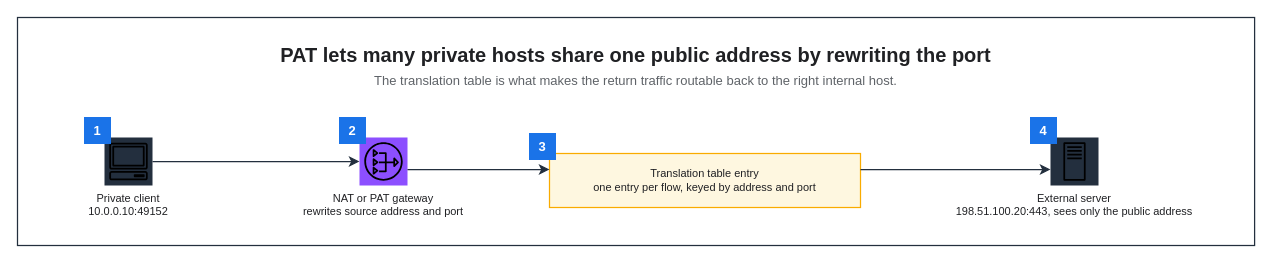
Above: assets/img/network/nat-pat-translation-flow.drawio in KKamJi98/kkamji98.github.io (draw.io), before the change. Source tidied: cells renumbered, new cells numbered last; positions are measured from the earlier drawing's top-left corner, leaving out a move shared by most shapes. Both pictures are drawn from the tidied source at 100%, with x=0, y=0 at pixel (17, 17).
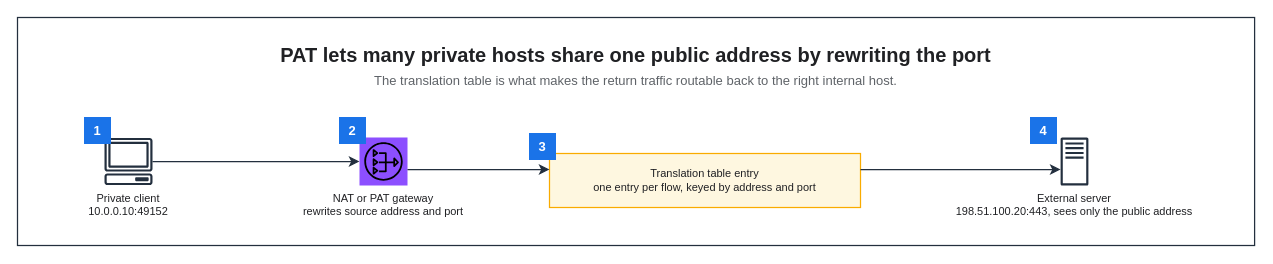
The same page after the edit.

Change to the diagram source:
```diff
@@
 <mxGraphModel background="#FFFFFF">
   <root>
     <mxCell id="0" />
     <mxCell id="1" parent="0" />
     <mxCell id="2" style="rounded=0;html=0;fillColor=none;strokeColor=#232F3E;fontColor=#202124;strokeWidth=1.25;" parent="1" vertex="1">
       <mxGeometry width="1237.1" height="228" as="geometry" />
     </mxCell>
     <mxCell id="3" value="PAT lets many private hosts share one public address by rewriting the port" style="text;html=0;whiteSpace=wrap;fillColor=none;strokeColor=none;fontColor=#202124;fontSize=20;fontStyle=1;align=center;verticalAlign=middle;" parent="1" vertex="1">
       <mxGeometry x="22" y="22" width="1193.1" height="30" as="geometry" />
     </mxCell>
     <mxCell id="4" value="The translation table is what makes the return traffic routable back to the right internal host." style="text;html=0;whiteSpace=wrap;fillColor=none;strokeColor=none;fontColor=#5F6368;fontSize=13;fontStyle=0;align=center;verticalAlign=middle;" parent="1" vertex="1">
       <mxGeometry x="22" y="52" width="1193.1" height="22" as="geometry" />
     </mxCell>
-    <mxCell id="5" value="Private client&#10;10.0.0.10:49152" style="sketch=0;outlineConnect=0;gradientColor=none;html=0;whiteSpace=nowrap;fontSize=11;fontStyle=0;fontColor=#202124;verticalLabelPosition=bottom;verticalAlign=top;align=center;labelBackgroundColor=none;fillColor=#232F3E;strokeColor=none;dashed=0;shape=mxgraph.aws4.resourceIcon;resIcon=mxgraph.aws4.client;" parent="1" vertex="1">
+    <mxCell id="5" value="Private client&#10;10.0.0.10:49152" style="sketch=0;outlineConnect=0;gradientColor=none;html=0;whiteSpace=nowrap;fontSize=11;fontStyle=0;fontColor=#202124;verticalLabelPosition=bottom;verticalAlign=top;align=center;labelBackgroundColor=none;fillColor=#232F3E;strokeColor=none;dashed=0;shape=mxgraph.aws4.client;" parent="1" vertex="1">
       <mxGeometry x="87" y="120" width="48" height="48" as="geometry" />
     </mxCell>
     <mxCell id="6" value="NAT or PAT gateway&#10;rewrites source address and port" style="sketch=0;outlineConnect=0;gradientColor=none;html=0;whiteSpace=nowrap;fontSize=11;fontStyle=0;fontColor=#202124;verticalLabelPosition=bottom;verticalAlign=top;align=center;labelBackgroundColor=none;fillColor=#8C4FFF;strokeColor=none;dashed=0;shape=mxgraph.aws4.resourceIcon;resIcon=mxgraph.aws4.nat_gateway;" parent="1" vertex="1">
       <mxGeometry x="342" y="120" width="48" height="48" as="geometry" />
     </mxCell>
     <mxCell id="7" value="Translation table entry&#10;one entry per flow, keyed by address and port" style="rounded=0;whiteSpace=wrap;html=0;fillColor=#FEF7E0;strokeColor=#F9AB00;fontColor=#202124;fontSize=11;fontStyle=0;align=center;verticalAlign=middle;spacingLeft=6;spacingRight=6;strokeWidth=1.25;" parent="1" vertex="1">
       <mxGeometry x="532" y="136" width="311" height="54" as="geometry" />
     </mxCell>
-    <mxCell id="8" value="External server&#10;198.51.100.20:443, sees only the public address" style="sketch=0;outlineConnect=0;gradientColor=none;html=0;whiteSpace=nowrap;fontSize=11;fontStyle=0;fontColor=#202124;verticalLabelPosition=bottom;verticalAlign=top;align=center;labelBackgroundColor=none;fillColor=#232F3E;strokeColor=none;dashed=0;shape=mxgraph.aws4.resourceIcon;resIcon=mxgraph.aws4.traditional_server;" parent="1" vertex="1">
+    <mxCell id="8" value="External server&#10;198.51.100.20:443, sees only the public address" style="sketch=0;outlineConnect=0;gradientColor=none;html=0;whiteSpace=nowrap;fontSize=11;fontStyle=0;fontColor=#202124;verticalLabelPosition=bottom;verticalAlign=top;align=center;labelBackgroundColor=none;fillColor=#232F3E;strokeColor=none;dashed=0;shape=mxgraph.aws4.traditional_server;" parent="1" vertex="1">
       <mxGeometry x="1033" y="120" width="48" height="48" as="geometry" />
     </mxCell>
     <mxCell id="9" value="1" style="rounded=0;whiteSpace=wrap;html=0;fillColor=#1A73E8;strokeColor=#1A73E8;fontColor=#FFFFFF;fontSize=13;fontStyle=1;align=center;verticalAlign=middle;" parent="1" vertex="1">
       <mxGeometry x="67" y="100" width="26" height="26" as="geometry" />
     </mxCell>
     <mxCell id="10" value="2" style="rounded=0;whiteSpace=wrap;html=0;fillColor=#1A73E8;strokeColor=#1A73E8;fontColor=#FFFFFF;fontSize=13;fontStyle=1;align=center;verticalAlign=middle;" parent="1" vertex="1">
       <mxGeometry x="322" y="100" width="26" height="26" as="geometry" />
     </mxCell>
     <mxCell id="11" value="3" style="rounded=0;whiteSpace=wrap;html=0;fillColor=#1A73E8;strokeColor=#1A73E8;fontColor=#FFFFFF;fontSize=13;fontStyle=1;align=center;verticalAlign=middle;" parent="1" vertex="1">
       <mxGeometry x="512" y="116" width="26" height="26" as="geometry" />
     </mxCell>
     <mxCell id="12" value="4" style="rounded=0;whiteSpace=wrap;html=0;fillColor=#1A73E8;strokeColor=#1A73E8;fontColor=#FFFFFF;fontSize=13;fontStyle=1;align=center;verticalAlign=middle;" parent="1" vertex="1">
       <mxGeometry x="1013" y="100" width="26" height="26" as="geometry" />
     </mxCell>
     <mxCell id="13" style="edgeStyle=orthogonalEdgeStyle;rounded=0;html=0;strokeColor=#232F3E;strokeWidth=1.25;endArrow=classic;endFill=1;endSize=7;fontSize=11;fontColor=#202124;labelBackgroundColor=none;jettySize=14;exitX=1;exitY=0.5;entryX=0;entryY=0.5;exitDx=0;exitDy=0;entryDx=0;entryDy=0;" parent="1" edge="1" source="5" target="6">
       <mxGeometry relative="1" as="geometry" />
     </mxCell>
     <mxCell id="14" style="edgeStyle=orthogonalEdgeStyle;rounded=0;html=0;strokeColor=#232F3E;strokeWidth=1.25;endArrow=classic;endFill=1;endSize=7;fontSize=11;fontColor=#202124;labelBackgroundColor=none;jettySize=14;exitX=1;exitY=0.6667;entryX=0;entryY=0.2963;exitDx=0;exitDy=0;entryDx=0;entryDy=0;" parent="1" edge="1" source="6" target="7">
       <mxGeometry relative="1" as="geometry" />
     </mxCell>
     <mxCell id="15" style="edgeStyle=orthogonalEdgeStyle;rounded=0;html=0;strokeColor=#232F3E;strokeWidth=1.25;endArrow=classic;endFill=1;endSize=7;fontSize=11;fontColor=#202124;labelBackgroundColor=none;jettySize=14;exitX=1;exitY=0.2963;entryX=0;entryY=0.6667;exitDx=0;exitDy=0;entryDx=0;entryDy=0;" parent="1" edge="1" source="7" target="8">
       <mxGeometry relative="1" as="geometry" />
     </mxCell>
   </root>
 </mxGraphModel>
```
